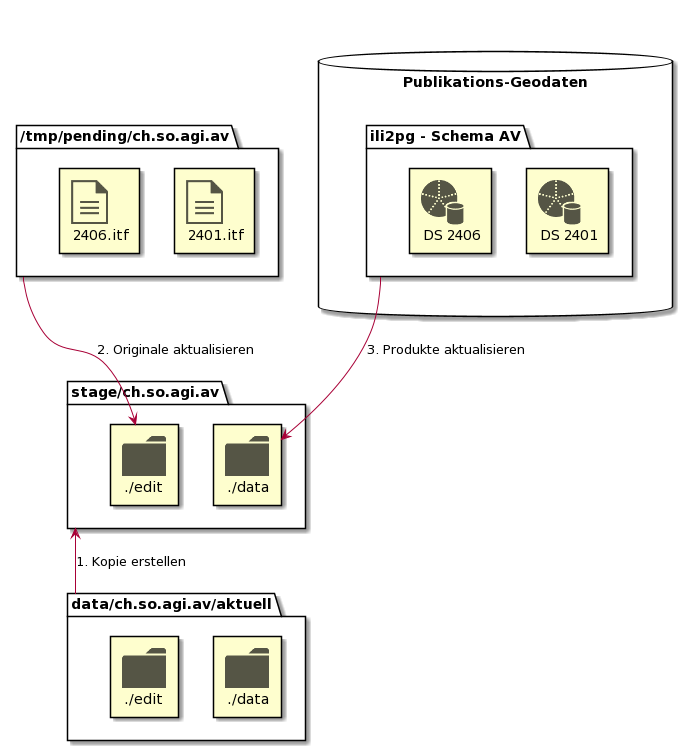
Earlier version of the PlantUML export gretl_publisher/regionen/res/regionen_av.png (sogis/p-datenbezug).
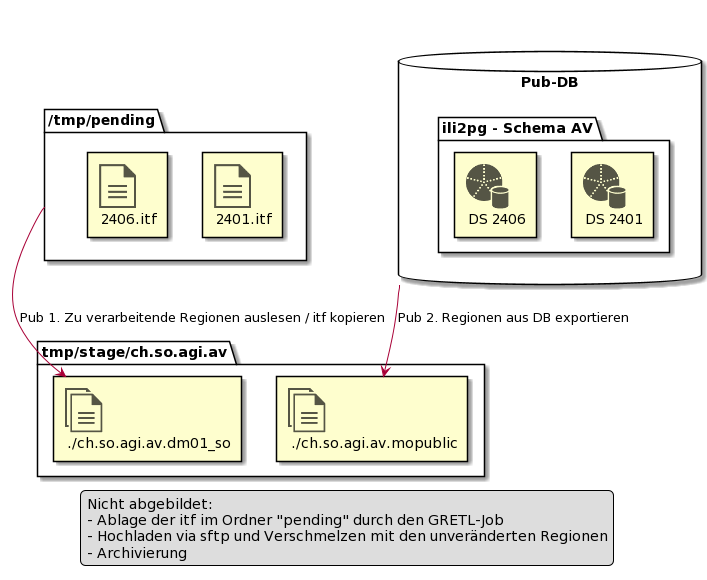
Later version of the same file.

The edit, as a diff of the source:
```diff
@@ -2,37 +2,37 @@
 !include <tupadr3/common>
 !define ICONURL https://raw.githubusercontent.com/Roemer/plantuml-office/master/office2014
 !includeurl ICONURL/Concepts/document.puml
+!includeurl ICONURL/Concepts/documents.puml
 !includeurl ICONURL/Concepts/folder.puml
 !includeurl ICONURL/Databases/database_partition_5.puml
 
 
-database "Publikations-Geodaten" as pub{
+database "Pub-DB" as pub{
     package "ili2pg - Schema AV" as schema {
         OFF_DATABASE_PARTITION_5(ds2401, DS 2401)
         OFF_DATABASE_PARTITION_5(ds2406, DS 2406)
     }
 }
 
-package "/tmp/pending/ch.so.agi.av" as pending {
+package "/tmp/pending" as pending {
     OFF_DOCUMENT(2401, 2401.itf)
     OFF_DOCUMENT(2406, 2406.itf)
 }
 
-package "stage/ch.so.agi.av" as stage {
-    OFF_FOLDER(stage_edit, ./edit)
-    OFF_FOLDER(stage_data, ./data)
+package "tmp/stage/ch.so.agi.av" as stage {
+    OFF_DOCUMENTS(dm01, ./ch.so.agi.av.dm01_so)
+    OFF_DOCUMENTS(mop, ./ch.so.agi.av.mopublic)
 }
 
-package "data/ch.so.agi.av/aktuell" as aktuell {
-    OFF_FOLDER(akt_edit, ./edit)
-    OFF_FOLDER(akt_data, ./data)
-
-    akt_edit -[hidden]right-> akt_data
-}
+pending --> dm01 : Pub 1. Zu verarbeitende Regionen auslesen / itf kopieren
+pub --> mop : Pub 2. Regionen aus DB exportieren
 
 pending -[hidden]right-> pub
 
-aktuell -up-> stage : "1. Kopie erstellen"
-pending --> stage_edit : "2. Originale aktualisieren"
-schema --> stage_data : "3. Produkte aktualisieren"
+legend
+Nicht abgebildet:
+- Ablage der itf im Ordner "pending" durch den GRETL-Job
+- Hochladen via sftp und Verschmelzen mit den unveränderten Regionen
+- Archivierung
+end legend
 @enduml
```
